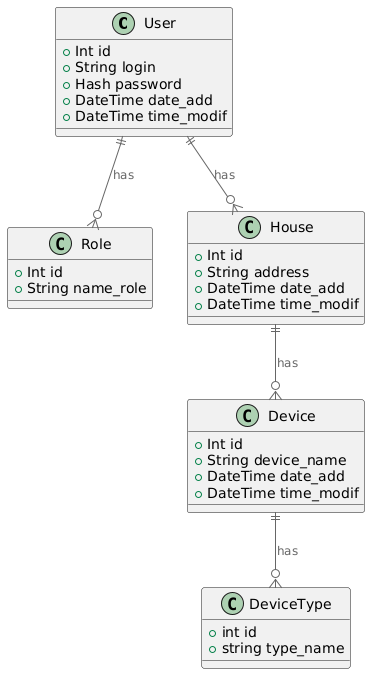
This is diagrams/er-diagram.png from HichDX/architecture-sprint-3, a PlantUML export, as it was before one commit. Its source is kept beside it as diagrams/er-diagram.puml. Its diagram source:
```plantuml
@startuml
!include https://raw.githubusercontent.com/plantuml-stdlib/C4-PlantUML/master/C4_Component.puml


class User{
    + Int id
    + String login
    + Hash password
    + DateTime date_add
    + DateTime time_modif
}

class Role{
   + Int id
   + String name_role
}


class House{
    + Int id
    + String address
    + DateTime date_add
    + DateTime time_modif
}


class Device{
    + Int id
    + String device_name
    + DateTime date_add
    + DateTime time_modif
}

class DeviceType{
    + int id
    + string type_name
}

User ||--o{ House : "has"
User ||--o{ Role: "has"
House||--o{ Device: "has"
Device||--o{ DeviceType: "has"

@enduml
```
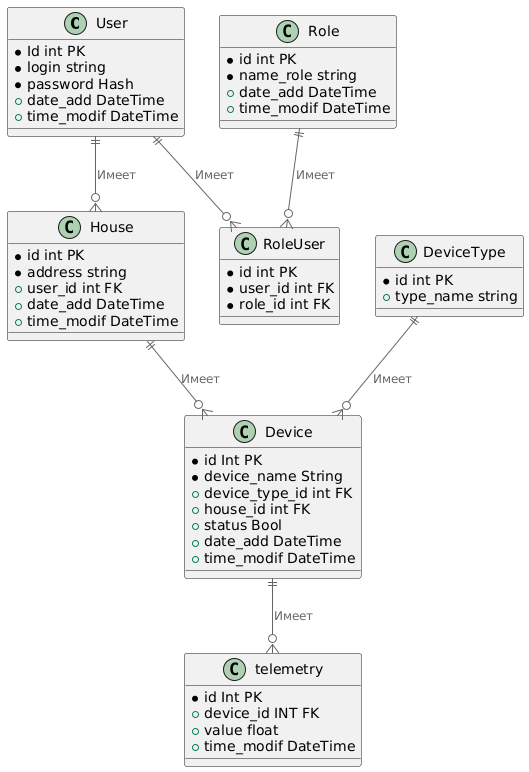
Later version of the same file.

What changed in the source:
```diff
@@ -3,42 +3,62 @@
 
 
 class User{
-    + Int id
-    + String login
-    + Hash password
-    + DateTime date_add
-    + DateTime time_modif
+    * Id int PK
+    * login string
+    * password Hash
+    + date_add DateTime
+    + time_modif DateTime
 }
 
 class Role{
-   + Int id
-   + String name_role
+   * id int PK
+   * name_role string
+     + date_add DateTime
+     + time_modif DateTime
+}
+
+class RoleUser{
+   * id int PK
+   * user_id int FK
+   * role_id int FK
 }
 
 
 class House{
-    + Int id
-    + String address
-    + DateTime date_add
-    + DateTime time_modif
+    * id int PK
+    * address string
+    + user_id int FK
+    + date_add DateTime
+    + time_modif DateTime
 }
 
 
 class Device{
-    + Int id
-    + String device_name
-    + DateTime date_add
-    + DateTime time_modif
+    * id Int PK
+    * device_name String
+    + device_type_id int FK
+    + house_id int FK
+    + status Bool
+    + date_add DateTime
+    + time_modif DateTime
+}
+
+class telemetry{
+    * id Int PK
+    + device_id INT FK
+    + value float
+    + time_modif DateTime
 }
 
 class DeviceType{
-    + int id
-    + string type_name
+    * id int PK
+    + type_name string
 }
 
-User ||--o{ House : "has"
-User ||--o{ Role: "has"
-House||--o{ Device: "has"
-Device||--o{ DeviceType: "has"
-
+User ||--o{ House : "Имеет"
+Role ||--o{ RoleUser: "Имеет"
+User ||--o{ RoleUser: "Имеет"
+House||--o{ Device: "Имеет"
+DeviceType ||--o{ Device: "Имеет"
+Device||--o{ telemetry: "Имеет"
 @enduml
```
